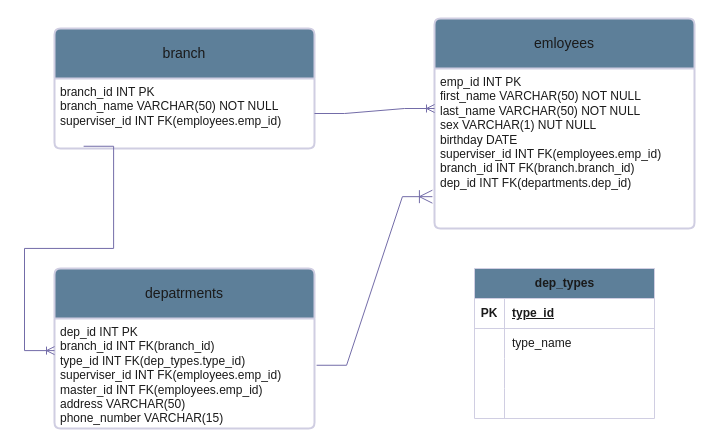
The draw.io diagram BoilerPlant.drawio in vittal94/ER-Diagrams, before the edit. Source tidied: cells renumbered, new cells numbered last; positions are measured from the earlier drawing's top-left corner, leaving out a move shared by most shapes. Both pictures are drawn from the tidied source at 100%, with x=0, y=0 at pixel (54, 18).
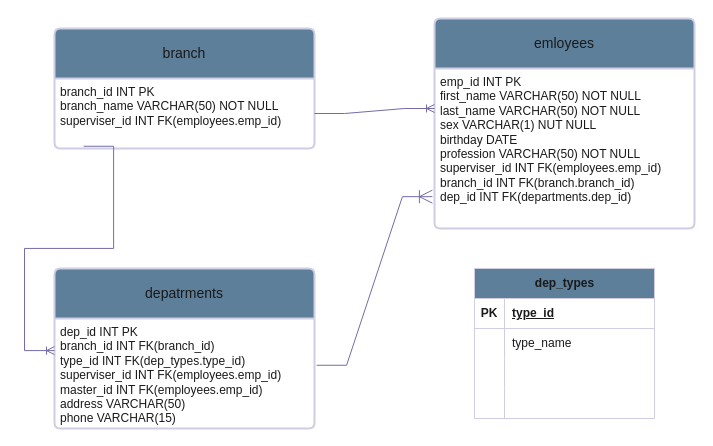
After the change.

Unchanged cells that the change refers to:
```xml
<mxCell id="2" value="emloyees" style="swimlane;horizontal=1;startSize=50;rounded=1;fontSize=14;fontStyle=0;strokeWidth=2;shadow=0;dashed=0;align=center;arcSize=4;whiteSpace=wrap;html=1;labelBackgroundColor=none;fillColor=#5D7F99;strokeColor=#D0CEE2;fontColor=#1A1A1A;" parent="1" vertex="1">
  <mxGeometry x="380" width="260" height="210" as="geometry" />
</mxCell>
<mxCell id="6" value="depatrments" style="swimlane;horizontal=1;startSize=50;rounded=1;fontSize=14;fontStyle=0;strokeWidth=2;shadow=0;dashed=0;align=center;arcSize=4;whiteSpace=wrap;html=1;strokeColor=#D0CEE2;fontColor=#1A1A1A;fillColor=#5D7F99;labelBackgroundColor=none;" parent="1" vertex="1">
  <mxGeometry y="250" width="260" height="160" as="geometry" />
</mxCell>
```

The edit, as a diff of the source:
```diff
@@
-    <mxCell id="3" value="emp_id INT PK&lt;br&gt;first_name VARCHAR(50) NOT NULL&lt;div&gt;last_name VARCHAR(50) NOT NULL&lt;/div&gt;&lt;div&gt;sex VARCHAR(1) NUT NULL&lt;/div&gt;&lt;div&gt;birthday DATE&lt;/div&gt;&lt;div&gt;superviser_id INT FK(employees.emp_id)&lt;/div&gt;&lt;div&gt;branch_id INT FK(branch.branch_id)&lt;/div&gt;&lt;div&gt;dep_id INT FK(departments.dep_id)&lt;/div&gt;" style="align=left;strokeColor=none;fillColor=none;spacingLeft=4;fontSize=12;verticalAlign=top;html=1;labelBackgroundColor=none;fontColor=#1A1A1A;" parent="2" vertex="1">
+    <mxCell id="3" value="emp_id INT PK&lt;br&gt;first_name VARCHAR(50) NOT NULL&lt;div&gt;last_name VARCHAR(50) NOT NULL&lt;/div&gt;&lt;div&gt;sex VARCHAR(1) NUT NULL&lt;/div&gt;&lt;div&gt;birthday DATE&lt;/div&gt;&lt;div&gt;profession VARCHAR(50) NOT NULL&lt;/div&gt;&lt;div&gt;superviser_id INT FK(employees.emp_id)&lt;/div&gt;&lt;div&gt;branch_id INT FK(branch.branch_id)&lt;/div&gt;&lt;div&gt;dep_id INT FK(departments.dep_id)&lt;/div&gt;" style="align=left;strokeColor=none;fillColor=none;spacingLeft=4;fontSize=12;verticalAlign=top;html=1;labelBackgroundColor=none;fontColor=#1A1A1A;" parent="2" vertex="1">
       <mxGeometry y="50" width="260" height="160" as="geometry" />
     </mxCell>
@@
-    <mxCell id="7" value="dep_id INT PK&lt;div&gt;branch_id INT FK(branch_id)&lt;br&gt;&lt;div&gt;type_id INT FK(dep_types.type_id)&lt;br&gt;superviser_id INT FK(employees.emp_id)&lt;br&gt;master_id INT FK(employees.emp_id)&lt;div&gt;address VARCHAR(50)&lt;/div&gt;&lt;div&gt;phone_number VARCHAR(15)&lt;/div&gt;&lt;/div&gt;&lt;/div&gt;" style="align=left;strokeColor=none;fillColor=none;spacingLeft=4;fontSize=12;verticalAlign=top;html=1;fontColor=#1A1A1A;labelBackgroundColor=none;" parent="6" vertex="1">
+    <mxCell id="7" value="dep_id INT PK&lt;div&gt;branch_id INT FK(branch_id)&lt;br&gt;&lt;div&gt;type_id INT FK(dep_types.type_id)&lt;br&gt;superviser_id INT FK(employees.emp_id)&lt;br&gt;master_id INT FK(employees.emp_id)&lt;div&gt;address VARCHAR(50)&lt;/div&gt;&lt;div&gt;phone VARCHAR(15)&lt;/div&gt;&lt;/div&gt;&lt;/div&gt;" style="align=left;strokeColor=none;fillColor=none;spacingLeft=4;fontSize=12;verticalAlign=top;html=1;fontColor=#1A1A1A;labelBackgroundColor=none;" parent="6" vertex="1">
       <mxGeometry y="50" width="260" height="110" as="geometry" />
     </mxCell>
```
